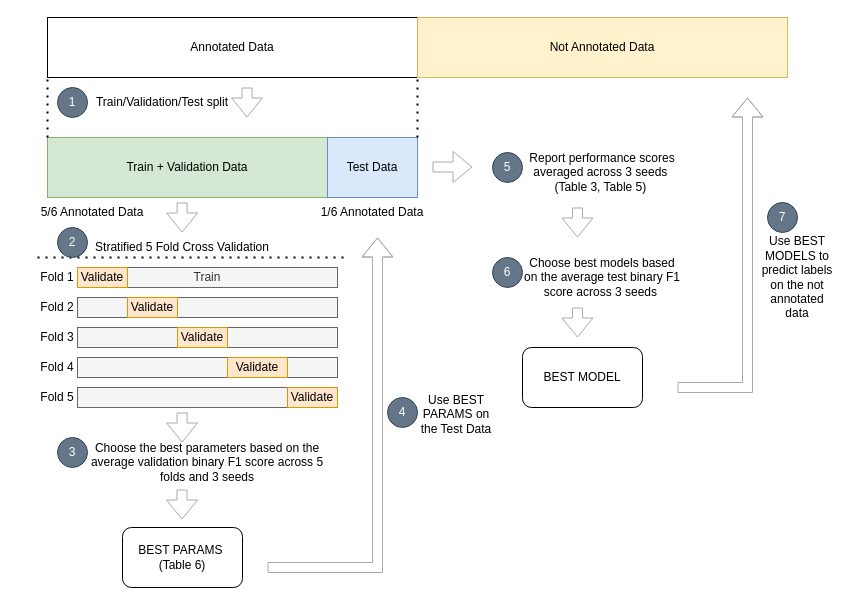
changgge/changgge keeps this draw.io diagram as LocalGovKFold.drawio. Above is the earlier version. Source tidied: cells renumbered, new cells numbered last; positions are measured from the earlier drawing's top-left corner, leaving out a move shared by most shapes. Both pictures are drawn from the tidied source at 100%, with x=0, y=0 at pixel (17, 17).
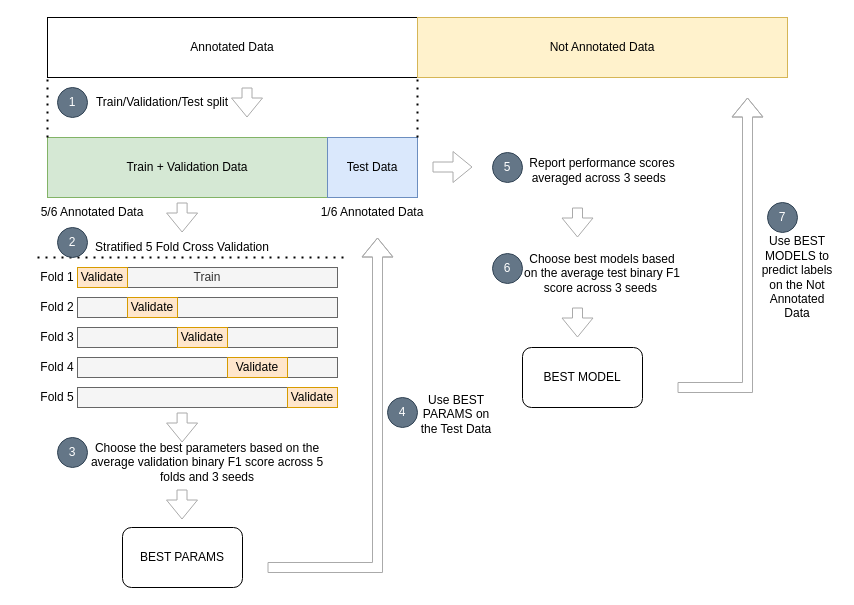
The same page after the edit.

The edit, as a diff of the source:
```diff
@@
-    <mxCell id="31" value="BEST PARAMS&amp;nbsp;&lt;div&gt;(Table 6)&lt;/div&gt;" style="rounded=1;whiteSpace=wrap;html=1;" parent="1" vertex="1">
+    <mxCell id="31" value="BEST PARAMS" style="rounded=1;whiteSpace=wrap;html=1;" parent="1" vertex="1">
       <mxGeometry x="105" y="510" width="120" height="60" as="geometry" />
     </mxCell>
@@
-    <mxCell id="35" value="Report performance scores averaged across 3 seeds&amp;nbsp;&lt;div&gt;(Table 3, Table 5)&amp;nbsp;&lt;/div&gt;" style="text;html=1;align=center;verticalAlign=middle;whiteSpace=wrap;rounded=0;" parent="1" vertex="1">
-      <mxGeometry x="505" y="140" width="160" height="30" as="geometry" />
+    <mxCell id="35" value="Report performance scores averaged across 3 seeds &amp;nbsp;" style="text;html=1;align=center;verticalAlign=middle;whiteSpace=wrap;rounded=0;" parent="1" vertex="1">
+      <mxGeometry x="505" y="138" width="160" height="30" as="geometry" />
     </mxCell>
@@
     <mxCell id="37" value="Choose best models based on the average test binary F1 score across 3 seeds&amp;nbsp;" style="text;html=1;align=center;verticalAlign=middle;whiteSpace=wrap;rounded=0;" parent="1" vertex="1">
-      <mxGeometry x="505" y="245" width="160" height="30" as="geometry" />
+      <mxGeometry x="505" y="241" width="160" height="30" as="geometry" />
     </mxCell>
@@
-    <mxCell id="41" value="Use BEST MODELS to predict labels on the not annotated data" style="text;html=1;align=center;verticalAlign=middle;whiteSpace=wrap;rounded=0;" parent="1" vertex="1">
+    <mxCell id="41" value="Use BEST MODELS to predict labels on the Not Annotated Data" style="text;html=1;align=center;verticalAlign=middle;whiteSpace=wrap;rounded=0;" parent="1" vertex="1">
       <mxGeometry x="740" y="245" width="80" height="30" as="geometry" />
     </mxCell>
@@
     <mxCell id="49" value="6" style="ellipse;whiteSpace=wrap;html=1;fillColor=#647687;fontColor=#ffffff;strokeColor=#314354;" parent="1" vertex="1">
-      <mxGeometry x="475" y="240" width="30" height="30" as="geometry" />
+      <mxGeometry x="475" y="236" width="30" height="30" as="geometry" />
     </mxCell>
```
